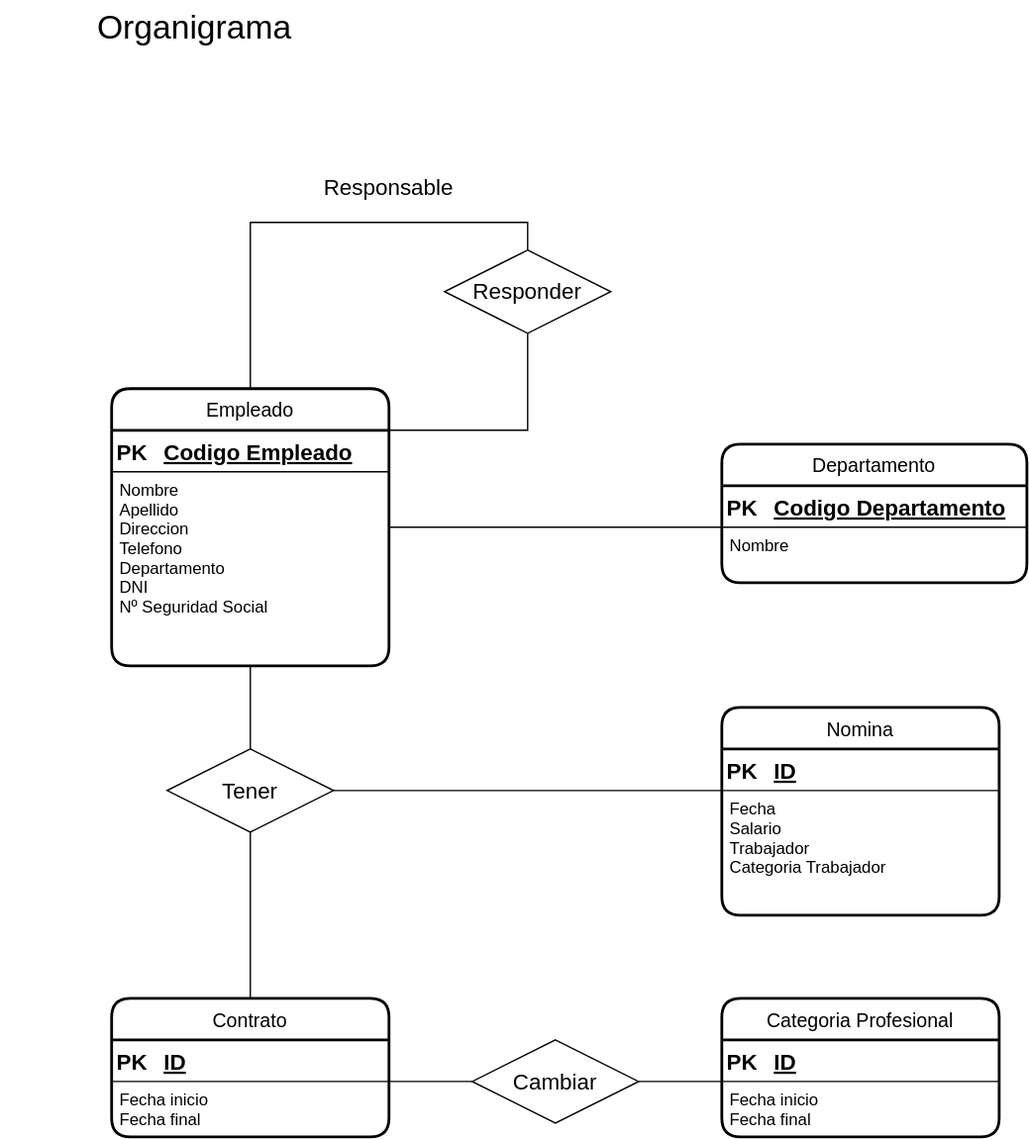
Before: Diagramas/Ejercicio 7 UD12.svg, a diagram exported from draw.io (gerardviru/UD12-DiagramasER). Source tidied: cells renumbered, new cells last; positions are measured from the earlier drawing's top-left corner, leaving out a move shared by most shapes.
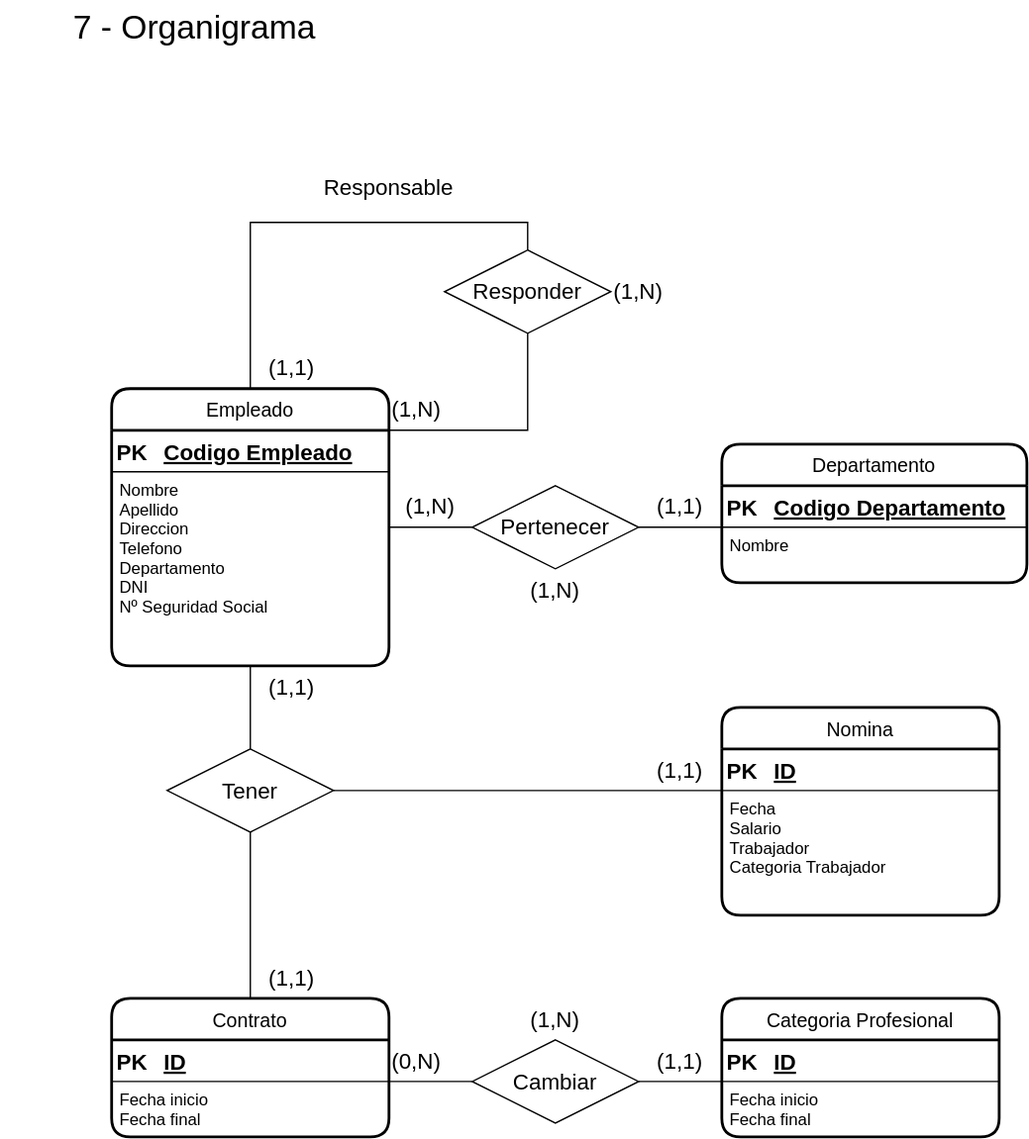
Later version of the same file.

Commit message:
Update diagrama ejercicio 7 terminado

The edit, as a diff of the source:
```diff
@@ -2,7 +2,7 @@
   <root>
     <mxCell id="0" />
     <mxCell id="1" parent="0" />
-    <mxCell id="2" value="&lt;font style=&quot;font-size: 24px&quot;&gt;Organigrama&lt;/font&gt;" style="text;html=1;strokeColor=none;fillColor=none;align=center;verticalAlign=middle;whiteSpace=wrap;rounded=0;" parent="1" vertex="1">
+    <mxCell id="2" value="&lt;font style=&quot;font-size: 24px&quot;&gt;&lt;font style=&quot;font-size: 24px&quot;&gt;7 - &lt;/font&gt;Organigrama&lt;/font&gt;" style="text;html=1;strokeColor=none;fillColor=none;align=center;verticalAlign=middle;whiteSpace=wrap;rounded=0;" parent="1" vertex="1">
       <mxGeometry width="280" height="40" as="geometry" />
     </mxCell>
     <mxCell id="3" value="Empleado" style="swimlane;horizontal=1;startSize=30;rounded=1;fontSize=14;fontStyle=0;strokeWidth=2;shadow=0;dashed=0;align=center;" parent="1" vertex="1">
@@ -116,7 +116,7 @@
     <mxCell id="36" value="Fecha inicio&#10;Fecha final&#10;" style="align=left;strokeColor=none;fillColor=none;spacingLeft=4;fontSize=12;verticalAlign=top;" parent="31" vertex="1">
       <mxGeometry y="60" width="200" height="40" as="geometry" />
     </mxCell>
-    <mxCell id="37" style="edgeStyle=none;rounded=0;jettySize=auto;html=1;exitX=0;exitY=0;exitDx=0;exitDy=0;entryX=1;entryY=0.5;entryDx=0;entryDy=0;fontSize=16;endArrow=none;endFill=0;" parent="1" edge="1" source="18" target="3">
+    <mxCell id="37" style="edgeStyle=none;rounded=0;jettySize=auto;html=1;exitX=0;exitY=0.5;exitDx=0;exitDy=0;entryX=1;entryY=0.5;entryDx=0;entryDy=0;fontSize=16;endArrow=none;endFill=0;startArrow=none;" parent="1" edge="1" source="51" target="3">
       <mxGeometry relative="1" as="geometry" />
     </mxCell>
     <mxCell id="38" style="edgeStyle=none;rounded=0;jettySize=auto;html=1;exitX=0.5;exitY=1;exitDx=0;exitDy=0;entryX=0.5;entryY=0;entryDx=0;entryDy=0;fontSize=16;endArrow=none;endFill=0;" parent="1" edge="1" source="40" target="19">
@@ -140,5 +140,47 @@
     <mxCell id="44" style="edgeStyle=none;rounded=0;jettySize=auto;html=1;exitX=1;exitY=0;exitDx=0;exitDy=0;entryX=0;entryY=0.5;entryDx=0;entryDy=0;fontSize=16;endArrow=none;endFill=0;" parent="1" edge="1" source="24" target="43">
       <mxGeometry relative="1" as="geometry" />
     </mxCell>
+    <mxCell id="45" value="(1,1)" style="text;html=1;strokeColor=none;fillColor=none;align=center;verticalAlign=middle;whiteSpace=wrap;rounded=0;fontSize=16;" parent="1" vertex="1">
+      <mxGeometry x="180" y="690" width="60" height="30" as="geometry" />
+    </mxCell>
+    <mxCell id="46" value="(1,1)" style="text;html=1;strokeColor=none;fillColor=none;align=center;verticalAlign=middle;whiteSpace=wrap;rounded=0;fontSize=16;" parent="1" vertex="1">
+      <mxGeometry x="180" y="480" width="60" height="30" as="geometry" />
+    </mxCell>
+    <mxCell id="47" value="(1,1)" style="text;html=1;strokeColor=none;fillColor=none;align=center;verticalAlign=middle;whiteSpace=wrap;rounded=0;fontSize=16;" parent="1" vertex="1">
+      <mxGeometry x="460" y="540" width="60" height="30" as="geometry" />
+    </mxCell>
+    <mxCell id="48" value="(1,1)" style="text;html=1;strokeColor=none;fillColor=none;align=center;verticalAlign=middle;whiteSpace=wrap;rounded=0;fontSize=16;" parent="1" vertex="1">
+      <mxGeometry x="180" y="250" width="60" height="30" as="geometry" />
+    </mxCell>
+    <mxCell id="49" value="(1,N)" style="text;html=1;strokeColor=none;fillColor=none;align=center;verticalAlign=middle;whiteSpace=wrap;rounded=0;fontSize=16;" parent="1" vertex="1">
+      <mxGeometry x="270" y="280" width="60" height="30" as="geometry" />
+    </mxCell>
+    <mxCell id="50" value="(1,N)" style="text;html=1;strokeColor=none;fillColor=none;align=center;verticalAlign=middle;whiteSpace=wrap;rounded=0;fontSize=16;" parent="1" vertex="1">
+      <mxGeometry x="430" y="195" width="60" height="30" as="geometry" />
+    </mxCell>
+    <mxCell id="51" value="Pertenecer" style="shape=rhombus;perimeter=rhombusPerimeter;whiteSpace=wrap;html=1;align=center;fontSize=16;" parent="1" vertex="1">
+      <mxGeometry x="340" y="350" width="120" height="60" as="geometry" />
+    </mxCell>
+    <mxCell id="52" style="edgeStyle=none;rounded=0;jettySize=auto;html=1;exitX=0;exitY=0;exitDx=0;exitDy=0;entryX=1;entryY=0.5;entryDx=0;entryDy=0;fontSize=16;endArrow=none;endFill=0;" parent="1" edge="1" source="18" target="51">
+      <mxGeometry relative="1" as="geometry" />
+    </mxCell>
+    <mxCell id="53" value="(1,1)" style="text;html=1;strokeColor=none;fillColor=none;align=center;verticalAlign=middle;whiteSpace=wrap;rounded=0;fontSize=16;" parent="1" vertex="1">
+      <mxGeometry x="460" y="350" width="60" height="30" as="geometry" />
+    </mxCell>
+    <mxCell id="54" value="(1,N)" style="text;html=1;strokeColor=none;fillColor=none;align=center;verticalAlign=middle;whiteSpace=wrap;rounded=0;fontSize=16;" parent="1" vertex="1">
+      <mxGeometry x="280" y="350" width="60" height="30" as="geometry" />
+    </mxCell>
+    <mxCell id="55" value="(1,N)" style="text;html=1;strokeColor=none;fillColor=none;align=center;verticalAlign=middle;whiteSpace=wrap;rounded=0;fontSize=16;" parent="1" vertex="1">
+      <mxGeometry x="370" y="410" width="60" height="30" as="geometry" />
+    </mxCell>
+    <mxCell id="56" value="(1,1)" style="text;html=1;strokeColor=none;fillColor=none;align=center;verticalAlign=middle;whiteSpace=wrap;rounded=0;fontSize=16;" parent="1" vertex="1">
+      <mxGeometry x="460" y="750" width="60" height="30" as="geometry" />
+    </mxCell>
+    <mxCell id="57" value="(0,N)" style="text;html=1;strokeColor=none;fillColor=none;align=center;verticalAlign=middle;whiteSpace=wrap;rounded=0;fontSize=16;" parent="1" vertex="1">
+      <mxGeometry x="270" y="750" width="60" height="30" as="geometry" />
+    </mxCell>
+    <mxCell id="58" value="(1,N)" style="text;html=1;strokeColor=none;fillColor=none;align=center;verticalAlign=middle;whiteSpace=wrap;rounded=0;fontSize=16;" parent="1" vertex="1">
+      <mxGeometry x="370" y="720" width="60" height="30" as="geometry" />
+    </mxCell>
   </root>
 </mxGraphModel>
```
